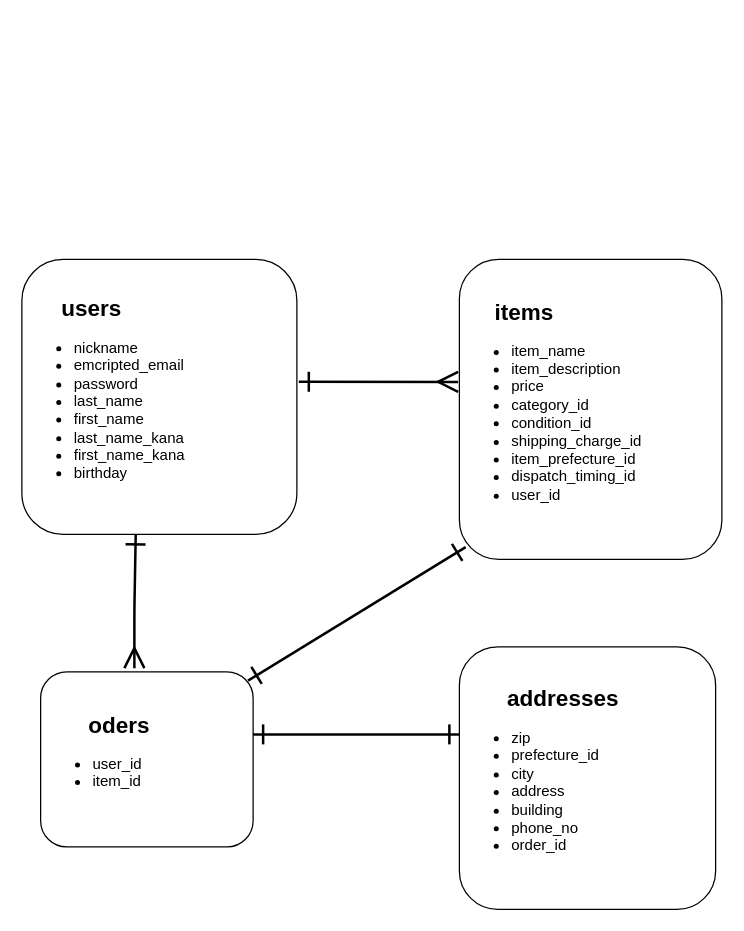
Before: ER.drawio in ariyawala/furima-32539, a draw.io diagram. Source tidied: cells renumbered, new cells numbered last; positions are measured from the earlier drawing's top-left corner, leaving out a move shared by most shapes. Both pictures are drawn from the tidied source at 125%, with x=0, y=0 at pixel (21, 259).
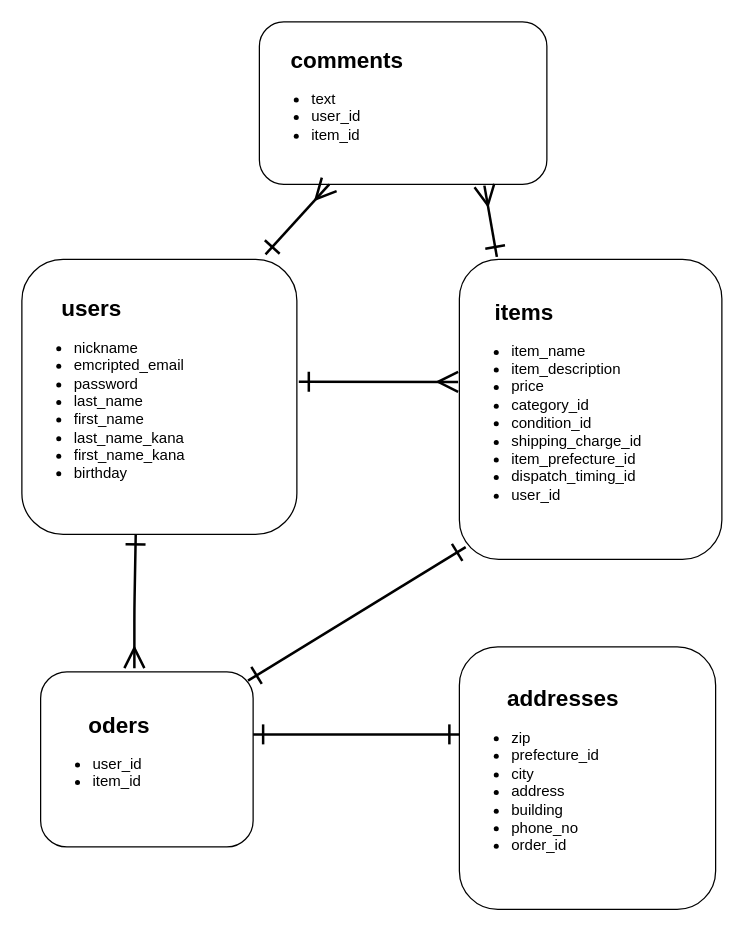
The same page after the edit.

Change to the diagram source:
```diff
@@
 <mxGraphModel>
   <root>
     <mxCell id="0" />
     <mxCell id="1" parent="0" />
     <mxCell id="2" value="&amp;nbsp; &amp;nbsp; &amp;nbsp; &amp;nbsp; &amp;nbsp;&lt;b&gt;&lt;font style=&quot;font-size: 18px&quot;&gt;users&lt;/font&gt;&lt;/b&gt;&lt;br&gt;&lt;ul&gt;&lt;li&gt;nickname&lt;/li&gt;&lt;li&gt;emcripted_email&lt;/li&gt;&lt;li&gt;password&lt;/li&gt;&lt;li&gt;last_name&lt;/li&gt;&lt;li&gt;first_name&lt;/li&gt;&lt;li&gt;last_name_kana&lt;/li&gt;&lt;li&gt;first_name_kana&lt;/li&gt;&lt;li&gt;birthday&lt;/li&gt;&lt;/ul&gt;" style="rounded=1;whiteSpace=wrap;html=1;align=left;" parent="1" vertex="1">
       <mxGeometry width="220" height="220" as="geometry" />
     </mxCell>
     <mxCell id="3" value="&amp;nbsp; &amp;nbsp; &amp;nbsp; &amp;nbsp; &lt;b&gt;&lt;font style=&quot;font-size: 18px&quot;&gt;items&lt;br&gt;&lt;/font&gt;&lt;/b&gt;&lt;ul&gt;&lt;li&gt;item_name&lt;/li&gt;&lt;li&gt;item_description&lt;/li&gt;&lt;li&gt;price&lt;/li&gt;&lt;li&gt;category_id&lt;/li&gt;&lt;li&gt;condition_id&lt;/li&gt;&lt;li&gt;shipping_charge_id&lt;/li&gt;&lt;li&gt;item_prefecture_id&lt;/li&gt;&lt;li&gt;dispatch_timing_id&lt;/li&gt;&lt;li&gt;user_id&lt;/li&gt;&lt;/ul&gt;" style="rounded=1;whiteSpace=wrap;html=1;align=left;" parent="1" vertex="1">
       <mxGeometry x="350" width="210" height="240" as="geometry" />
     </mxCell>
     <mxCell id="4" value="&amp;nbsp; &amp;nbsp; &amp;nbsp; &amp;nbsp; &amp;nbsp; &amp;nbsp;&lt;b&gt;&lt;font style=&quot;font-size: 18px&quot;&gt;oders&lt;br&gt;&lt;/font&gt;&lt;/b&gt;&lt;ul&gt;&lt;li&gt;&lt;span&gt;user_id&lt;/span&gt;&lt;br&gt;&lt;/li&gt;&lt;li&gt;&lt;span&gt;item_id&lt;/span&gt;&lt;/li&gt;&lt;/ul&gt;" style="rounded=1;whiteSpace=wrap;html=1;align=left;" parent="1" vertex="1">
       <mxGeometry x="15" y="330" width="170" height="140" as="geometry" />
     </mxCell>
     <mxCell id="5" style="endArrow=ERmany;html=1;exitX=1.007;exitY=0.445;exitDx=0;exitDy=0;exitPerimeter=0;endFill=0;startArrow=ERone;startFill=0;strokeWidth=2;endSize=13;startSize=13;" parent="1" edge="1" source="2">
       <mxGeometry relative="1" as="geometry">
         <mxPoint x="349" y="98" as="targetPoint" />
       </mxGeometry>
     </mxCell>
     <mxCell id="6" style="endArrow=ERmany;html=1;exitX=0.414;exitY=1;exitDx=0;exitDy=0;endFill=0;startArrow=ERone;startFill=0;strokeWidth=2;endSize=13;startSize=13;exitPerimeter=0;" parent="1" edge="1" source="2">
       <mxGeometry relative="1" as="geometry">
         <mxPoint x="90" y="327" as="targetPoint" />
         <Array as="points">
           <mxPoint x="90" y="280" />
         </Array>
       </mxGeometry>
     </mxCell>
     <mxCell id="7" style="endArrow=ERone;html=1;startArrow=ERone;startFill=0;endFill=0;strokeWidth=2;exitX=0.976;exitY=0.05;exitDx=0;exitDy=0;targetPerimeterSpacing=0;endSize=13;startSize=13;exitPerimeter=0;entryX=0.024;entryY=0.959;entryDx=0;entryDy=0;entryPerimeter=0;" parent="1" edge="1" source="4" target="3">
       <mxGeometry relative="1" as="geometry" />
     </mxCell>
     <mxCell id="8" style="edgeStyle=orthogonalEdgeStyle;rounded=0;orthogonalLoop=1;jettySize=auto;html=1;exitX=0.5;exitY=1;exitDx=0;exitDy=0;startArrow=ERone;startFill=0;endArrow=ERone;endFill=0;strokeWidth=3;" parent="1" edge="1" source="3" target="3">
       <mxGeometry relative="1" as="geometry" />
     </mxCell>
     <mxCell id="9" value="&amp;nbsp; &amp;nbsp; &amp;nbsp; &amp;nbsp; &amp;nbsp; &amp;nbsp;&lt;font style=&quot;font-size: 18px&quot;&gt;&lt;b&gt;addresses&lt;/b&gt;&lt;/font&gt;&lt;b&gt;&lt;font style=&quot;font-size: 18px&quot;&gt;&lt;br&gt;&lt;/font&gt;&lt;/b&gt;&lt;ul&gt;&lt;li&gt;zip&lt;/li&gt;&lt;li&gt;prefecture_id&lt;/li&gt;&lt;li&gt;city&lt;/li&gt;&lt;li&gt;address&lt;/li&gt;&lt;li&gt;building&lt;/li&gt;&lt;li&gt;phone_no&lt;/li&gt;&lt;li&gt;order_id&lt;/li&gt;&lt;/ul&gt;" style="rounded=1;whiteSpace=wrap;html=1;align=left;" parent="1" vertex="1">
       <mxGeometry x="350" y="310" width="205" height="210" as="geometry" />
     </mxCell>
     <mxCell id="10" style="endArrow=ERone;html=1;startArrow=ERone;startFill=0;endFill=0;strokeWidth=2;targetPerimeterSpacing=0;endSize=13;startSize=13;" parent="1" edge="1">
       <mxGeometry relative="1" as="geometry">
         <mxPoint x="350" y="380" as="sourcePoint" />
         <mxPoint x="185" y="380" as="targetPoint" />
       </mxGeometry>
     </mxCell>
+    <mxCell id="11" value="&lt;span&gt;&amp;nbsp; &amp;nbsp; &amp;nbsp; &amp;nbsp;&lt;/span&gt;&lt;b&gt;&lt;font style=&quot;font-size: 18px&quot;&gt;comments&lt;br&gt;&lt;/font&gt;&lt;/b&gt;&lt;ul&gt;&lt;li&gt;text&lt;/li&gt;&lt;li&gt;user_id&lt;/li&gt;&lt;li&gt;item_id&lt;/li&gt;&lt;/ul&gt;" style="rounded=1;whiteSpace=wrap;html=1;align=left;" parent="1" vertex="1">
+      <mxGeometry x="190" y="-190" width="230" height="130" as="geometry" />
+    </mxCell>
+    <mxCell id="12" style="endArrow=ERmany;html=1;exitX=0.886;exitY=-0.018;exitDx=0;exitDy=0;startArrow=ERone;startFill=0;endSize=13;strokeWidth=2;startSize=13;endFill=0;exitPerimeter=0;" parent="1" edge="1" source="2" target="11">
+      <mxGeometry relative="1" as="geometry" />
+    </mxCell>
+    <mxCell id="13" style="endArrow=ERmany;html=1;startArrow=ERone;startFill=0;endSize=13;strokeWidth=2;startSize=13;endFill=0;" parent="1" edge="1">
+      <mxGeometry relative="1" as="geometry">
+        <mxPoint x="380" y="-2" as="sourcePoint" />
+        <mxPoint x="370" y="-59" as="targetPoint" />
+      </mxGeometry>
+    </mxCell>
   </root>
 </mxGraphModel>
```
